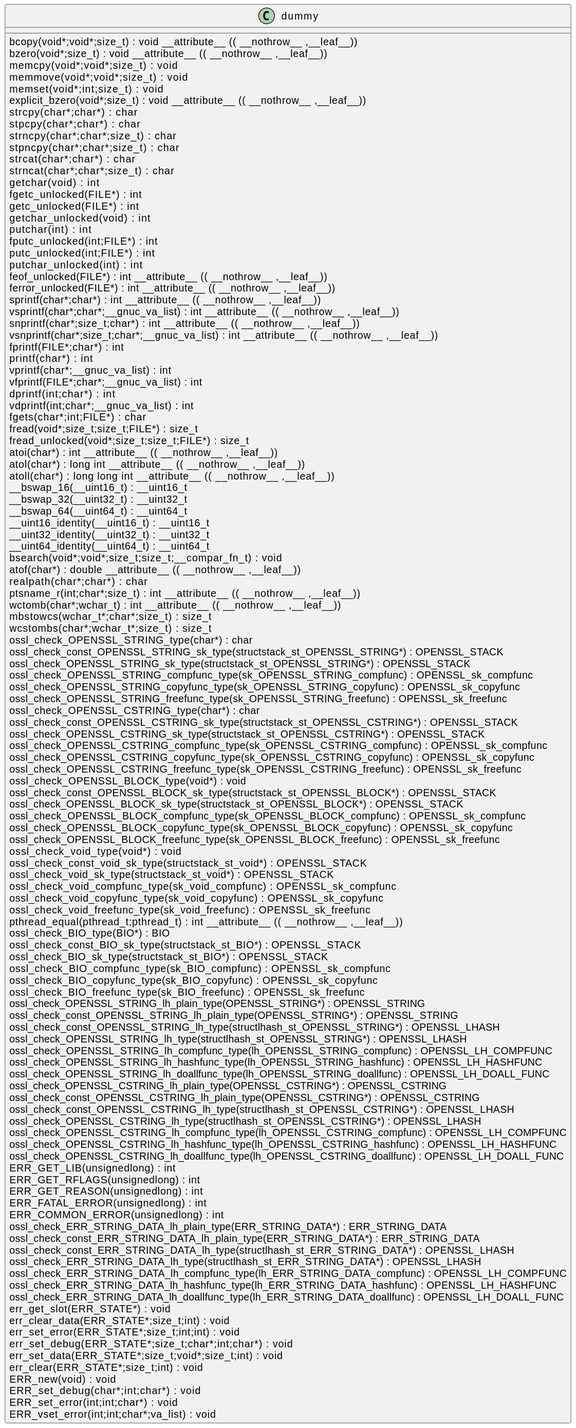
Above: docs/qc/crypto/err/err_blocks.c.svg in qualitesys/openssl (PlantUML), before the change.
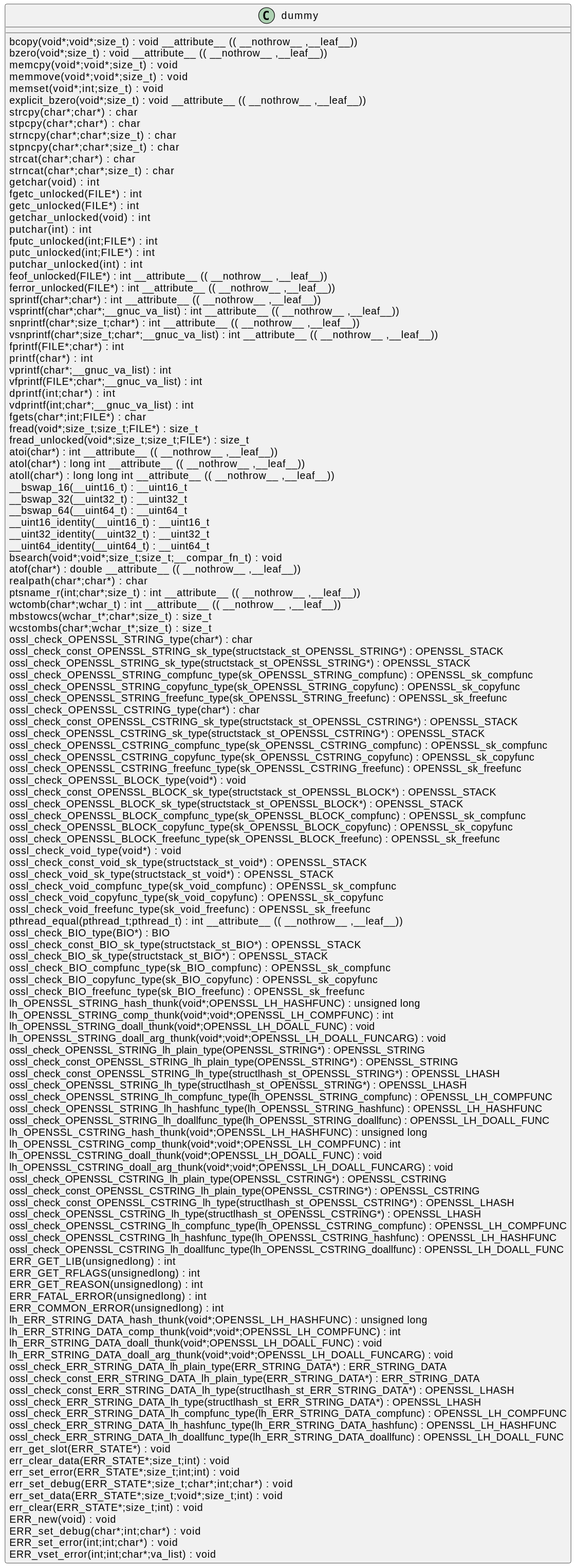
After the commit.

Change to the diagram source:
```diff
@@ -83,6 +83,10 @@
 ossl_check_BIO_compfunc_type(sk_BIO_compfunc) : OPENSSL_sk_compfunc [[[./../../.././qc/crypto/err/err_blocks.c.html#1]]]
 ossl_check_BIO_copyfunc_type(sk_BIO_copyfunc) : OPENSSL_sk_copyfunc [[[./../../.././qc/crypto/err/err_blocks.c.html#1]]]
 ossl_check_BIO_freefunc_type(sk_BIO_freefunc) : OPENSSL_sk_freefunc [[[./../../.././qc/crypto/err/err_blocks.c.html#1]]]
+lh_OPENSSL_STRING_hash_thunk(void*;OPENSSL_LH_HASHFUNC) :  unsigned  long  [[[./../../.././qc/crypto/err/err_blocks.c.html#1]]]
+lh_OPENSSL_STRING_comp_thunk(void*;void*;OPENSSL_LH_COMPFUNC) :  int  [[[./../../.././qc/crypto/err/err_blocks.c.html#1]]]
+lh_OPENSSL_STRING_doall_thunk(void*;OPENSSL_LH_DOALL_FUNC) :  void  [[[./../../.././qc/crypto/err/err_blocks.c.html#1]]]
+lh_OPENSSL_STRING_doall_arg_thunk(void*;void*;OPENSSL_LH_DOALL_FUNCARG) :  void  [[[./../../.././qc/crypto/err/err_blocks.c.html#1]]]
 ossl_check_OPENSSL_STRING_lh_plain_type(OPENSSL_STRING*) : OPENSSL_STRING [[[./../../.././qc/crypto/err/err_blocks.c.html#1]]]
 ossl_check_const_OPENSSL_STRING_lh_plain_type(OPENSSL_STRING*) : OPENSSL_STRING [[[./../../.././qc/crypto/err/err_blocks.c.html#1]]]
 ossl_check_const_OPENSSL_STRING_lh_type(structlhash_st_OPENSSL_STRING*) : OPENSSL_LHASH [[[./../../.././qc/crypto/err/err_blocks.c.html#1]]]
@@ -90,6 +94,10 @@
 ossl_check_OPENSSL_STRING_lh_compfunc_type(lh_OPENSSL_STRING_compfunc) : OPENSSL_LH_COMPFUNC [[[./../../.././qc/crypto/err/err_blocks.c.html#1]]]
 ossl_check_OPENSSL_STRING_lh_hashfunc_type(lh_OPENSSL_STRING_hashfunc) : OPENSSL_LH_HASHFUNC [[[./../../.././qc/crypto/err/err_blocks.c.html#1]]]
 ossl_check_OPENSSL_STRING_lh_doallfunc_type(lh_OPENSSL_STRING_doallfunc) : OPENSSL_LH_DOALL_FUNC [[[./../../.././qc/crypto/err/err_blocks.c.html#1]]]
+lh_OPENSSL_CSTRING_hash_thunk(void*;OPENSSL_LH_HASHFUNC) :  unsigned  long  [[[./../../.././qc/crypto/err/err_blocks.c.html#1]]]
+lh_OPENSSL_CSTRING_comp_thunk(void*;void*;OPENSSL_LH_COMPFUNC) :  int  [[[./../../.././qc/crypto/err/err_blocks.c.html#1]]]
+lh_OPENSSL_CSTRING_doall_thunk(void*;OPENSSL_LH_DOALL_FUNC) :  void  [[[./../../.././qc/crypto/err/err_blocks.c.html#1]]]
+lh_OPENSSL_CSTRING_doall_arg_thunk(void*;void*;OPENSSL_LH_DOALL_FUNCARG) :  void  [[[./../../.././qc/crypto/err/err_blocks.c.html#1]]]
 ossl_check_OPENSSL_CSTRING_lh_plain_type(OPENSSL_CSTRING*) : OPENSSL_CSTRING [[[./../../.././qc/crypto/err/err_blocks.c.html#1]]]
 ossl_check_const_OPENSSL_CSTRING_lh_plain_type(OPENSSL_CSTRING*) : OPENSSL_CSTRING [[[./../../.././qc/crypto/err/err_blocks.c.html#1]]]
 ossl_check_const_OPENSSL_CSTRING_lh_type(structlhash_st_OPENSSL_CSTRING*) : OPENSSL_LHASH [[[./../../.././qc/crypto/err/err_blocks.c.html#1]]]
@@ -102,6 +110,10 @@
 ERR_GET_REASON(unsignedlong) :  int  [[[./../../.././qc/crypto/err/err_blocks.c.html#1]]]
 ERR_FATAL_ERROR(unsignedlong) :  int  [[[./../../.././qc/crypto/err/err_blocks.c.html#1]]]
 ERR_COMMON_ERROR(unsignedlong) :  int  [[[./../../.././qc/crypto/err/err_blocks.c.html#1]]]
+lh_ERR_STRING_DATA_hash_thunk(void*;OPENSSL_LH_HASHFUNC) :  unsigned  long  [[[./../../.././qc/crypto/err/err_blocks.c.html#1]]]
+lh_ERR_STRING_DATA_comp_thunk(void*;void*;OPENSSL_LH_COMPFUNC) :  int  [[[./../../.././qc/crypto/err/err_blocks.c.html#1]]]
+lh_ERR_STRING_DATA_doall_thunk(void*;OPENSSL_LH_DOALL_FUNC) :  void  [[[./../../.././qc/crypto/err/err_blocks.c.html#1]]]
+lh_ERR_STRING_DATA_doall_arg_thunk(void*;void*;OPENSSL_LH_DOALL_FUNCARG) :  void  [[[./../../.././qc/crypto/err/err_blocks.c.html#1]]]
 ossl_check_ERR_STRING_DATA_lh_plain_type(ERR_STRING_DATA*) : ERR_STRING_DATA [[[./../../.././qc/crypto/err/err_blocks.c.html#1]]]
 ossl_check_const_ERR_STRING_DATA_lh_plain_type(ERR_STRING_DATA*) : ERR_STRING_DATA [[[./../../.././qc/crypto/err/err_blocks.c.html#1]]]
 ossl_check_const_ERR_STRING_DATA_lh_type(structlhash_st_ERR_STRING_DATA*) : OPENSSL_LHASH [[[./../../.././qc/crypto/err/err_blocks.c.html#1]]]
```
